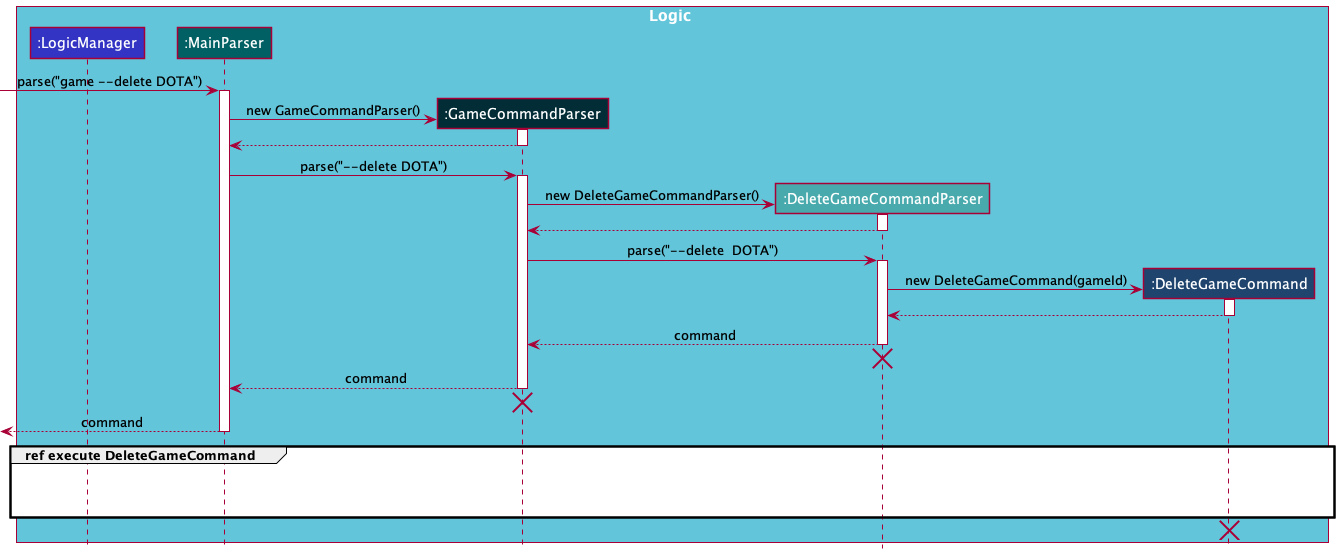
The PlantUML diagram docs/images/DeleteGameSequenceDiagram.png in nus-cs2103-AY2122S1/tp, before a commit. Its diagram source:
```plantuml
@startuml
!include style.puml

box Logic GAME_DELETE_BOX_COLOR
participant ":LogicManager" as LogicManager LOGIC_COLOR
participant ":MainParser" as MainParser MAIN_PARSER_COLOR
participant ":GameCommandParser" as GameCommandParser GAME_PARSER_COLOR
participant ":DeleteGameCommandParser" as DeleteGameCommandParser DELETE_GAME_PARSER_COLOR
participant ":DeleteGameCommand" as DeleteGameCommand DELETE_GAME_COLOR
end box

[-> MainParser : parse("game --delete DOTA")
activate MainParser

create GameCommandParser
MainParser -> GameCommandParser : new GameCommandParser()
activate GameCommandParser

GameCommandParser --> MainParser
deactivate GameCommandParser

MainParser -> GameCommandParser : parse("--delete DOTA")
activate GameCommandParser

create DeleteGameCommandParser
GameCommandParser -> DeleteGameCommandParser : new DeleteGameCommandParser()
activate DeleteGameCommandParser
DeleteGameCommandParser --> GameCommandParser
deactivate DeleteGameCommandParser

GameCommandParser -> DeleteGameCommandParser : parse("--delete  DOTA")
activate DeleteGameCommandParser

create DeleteGameCommand
DeleteGameCommandParser -> DeleteGameCommand : new DeleteGameCommand(gameId)
activate DeleteGameCommand
DeleteGameCommand --> DeleteGameCommandParser
deactivate DeleteGameCommand


DeleteGameCommandParser --> GameCommandParser : command
deactivate DeleteGameCommandParser
DeleteGameCommandParser -[hidden]-> GameCommandParser
destroy DeleteGameCommandParser

GameCommandParser --> MainParser : command
deactivate GameCommandParser
GameCommandParser -[hidden]-> MainParser
destroy GameCommandParser

[<--MainParser : command
deactivate MainParser

group ref execute DeleteGameCommand
LogicManager -[hidden]-> LogicManager
DeleteGameCommand -[hidden]-> DeleteGameCommand
end

[<-[hidden]- DeleteGameCommand
destroy DeleteGameCommand

@enduml
```
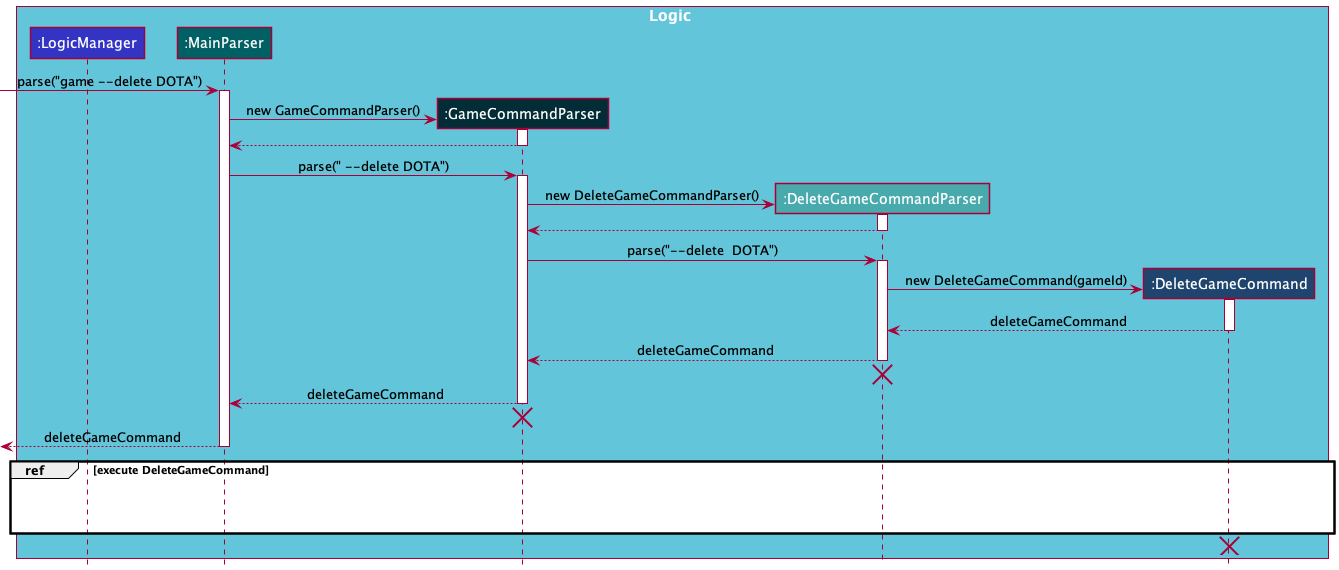
After the change.

Commit message:
Update schedule and delete sequence diagrams, update UG with requested changes

The edit, as a diff of the source:
```diff
@@ -19,7 +19,7 @@
 GameCommandParser --> MainParser
 deactivate GameCommandParser
 
-MainParser -> GameCommandParser : parse("--delete DOTA")
+MainParser -> GameCommandParser : parse(" --delete DOTA")
 activate GameCommandParser
 
 create DeleteGameCommandParser
@@ -34,24 +34,24 @@
 create DeleteGameCommand
 DeleteGameCommandParser -> DeleteGameCommand : new DeleteGameCommand(gameId)
 activate DeleteGameCommand
-DeleteGameCommand --> DeleteGameCommandParser
+DeleteGameCommand --> DeleteGameCommandParser : deleteGameCommand
 deactivate DeleteGameCommand
 
 
-DeleteGameCommandParser --> GameCommandParser : command
+DeleteGameCommandParser --> GameCommandParser : deleteGameCommand
 deactivate DeleteGameCommandParser
 DeleteGameCommandParser -[hidden]-> GameCommandParser
 destroy DeleteGameCommandParser
 
-GameCommandParser --> MainParser : command
+GameCommandParser --> MainParser : deleteGameCommand
 deactivate GameCommandParser
 GameCommandParser -[hidden]-> MainParser
 destroy GameCommandParser
 
-[<--MainParser : command
+[<--MainParser : deleteGameCommand
 deactivate MainParser
 
-group ref execute DeleteGameCommand
+group ref [execute DeleteGameCommand]
 LogicManager -[hidden]-> LogicManager
 DeleteGameCommand -[hidden]-> DeleteGameCommand
 end
```
